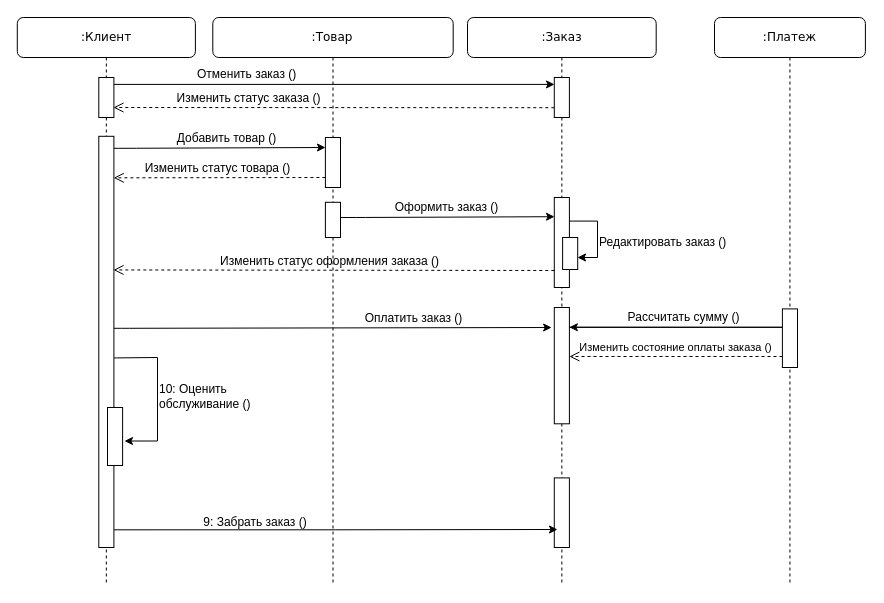
Before: дгрмм последовательности.drawio in Ksenix-CopLLeRe/preparation, a draw.io diagram. Source tidied: cells renumbered, new cells numbered last; positions are measured from the earlier drawing's top-left corner, leaving out a move shared by most shapes. Both pictures are drawn from the tidied source at 100%, with x=0, y=0 at pixel (17, 17).
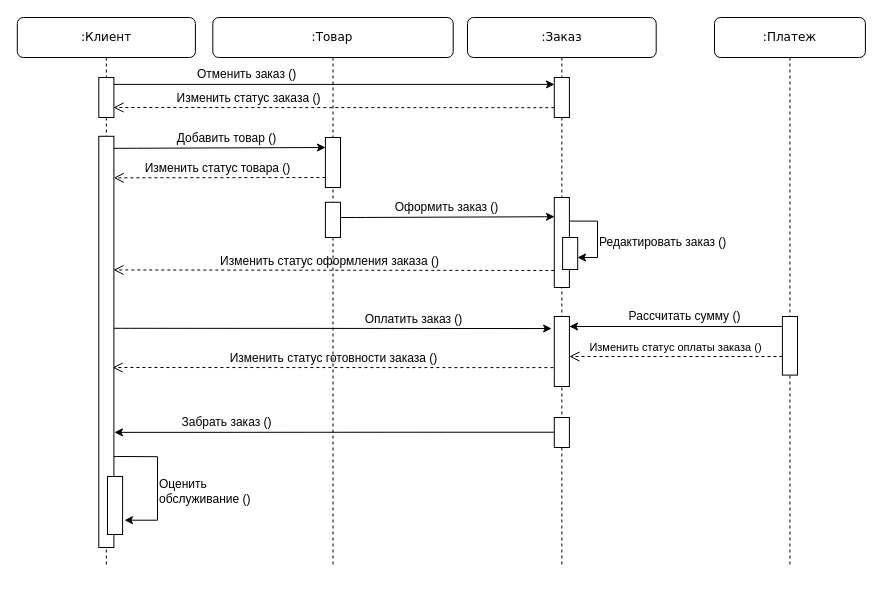
The same page after the edit.

The change refers to these unchanged cells:
```xml
<mxCell id="24" style="html=1;points=[];perimeter=orthogonalPerimeter;rounded=0;shadow=0;comic=0;labelBackgroundColor=none;strokeWidth=1;fontFamily=Verdana;fontSize=12;align=center;" parent="2" vertex="1">
  <mxGeometry x="71.3" y="118.8" width="15.1" height="411.2" as="geometry" />
</mxCell>
```

Change to the diagram source:
```diff
@@
     <mxCell id="2" style="group;" parent="1" vertex="1">
-      <mxGeometry x="10" width="815" height="568" as="geometry" />
+      <mxGeometry x="10" width="837.9" height="568" as="geometry" />
     </mxCell>
     <mxCell id="3" value=":Заказ" style="shape=umlLifeline;perimeter=lifelinePerimeter;whiteSpace=wrap;html=1;rounded=1;shadow=0;comic=0;labelBackgroundColor=none;strokeWidth=1;fontFamily=Verdana;fontSize=12;align=center;" parent="2" vertex="1">
-      <mxGeometry x="440" width="188.7" height="568" as="geometry" />
+      <mxGeometry x="440" width="188.7" height="550" as="geometry" />
     </mxCell>
-    <mxCell id="4" style="html=1;points=[];perimeter=orthogonalPerimeter;rounded=0;shadow=0;comic=0;labelBackgroundColor=none;strokeWidth=1;fontFamily=Verdana;fontSize=12;align=center;" parent="3" vertex="1">
-      <mxGeometry x="86.8" y="290" width="15.1" height="116.3" as="geometry" />
-    </mxCell>
-    <mxCell id="5" style="html=1;perimeter=orthogonalPerimeter;rounded=0;shadow=0;comic=0;labelBackgroundColor=none;strokeWidth=1;fontFamily=Verdana;fontSize=12;align=center;" parent="3" vertex="1">
-      <mxGeometry x="86.8" y="460.4" width="15.1" height="69.6" as="geometry" />
-    </mxCell>
@@
+    <mxCell id="9" value=":Платеж" style="shape=umlLifeline;perimeter=lifelinePerimeter;whiteSpace=wrap;html=1;rounded=1;shadow=0;comic=0;labelBackgroundColor=none;strokeWidth=1;fontFamily=Verdana;fontSize=12;align=center;" parent="2" vertex="1">
+      <mxGeometry x="687" width="150.9" height="550" as="geometry" />
+    </mxCell>
-    <mxCell id="8" value="&lt;font face=&quot;Helvetica&quot;&gt;Рассчитать сумму ()&lt;/font&gt;" style="html=1;verticalAlign=bottom;endArrow=classic;labelBackgroundColor=none;fontFamily=Verdana;fontSize=12;edgeStyle=elbowEdgeStyle;elbow=horizontal;exitX=0.989;exitY=0.17;exitDx=0;exitDy=0;exitPerimeter=0;endFill=1;entryX=0.998;entryY=0.17;entryDx=0;entryDy=0;entryPerimeter=0;" parent="3" edge="1" source="4" target="4">
+    <mxCell id="8" value="&lt;font face=&quot;Helvetica&quot;&gt;Рассчитать сумму ()&lt;/font&gt;" style="html=1;verticalAlign=bottom;endArrow=classic;labelBackgroundColor=none;fontFamily=Verdana;fontSize=12;edgeStyle=elbowEdgeStyle;elbow=horizontal;exitX=0.989;exitY=0.17;exitDx=0;exitDy=0;exitPerimeter=0;endFill=1;entryX=0.998;entryY=0.17;entryDx=0;entryDy=0;entryPerimeter=0;" parent="9" edge="1">
       <mxGeometry x="0.49" y="-1" relative="1" as="geometry">
+        <mxPoint x="-145.1" y="309" as="sourcePoint" />
+        <mxPoint x="-145" y="309" as="targetPoint" />
         <Array as="points">
-          <mxPoint x="327" y="309" />
-          <mxPoint x="201.6" y="309.8" />
+          <mxPoint x="80.2" y="316.1" />
+          <mxPoint x="-45.2" y="316.9" />
         </Array>
       </mxGeometry>
     </mxCell>
-    <mxCell id="9" value=":Платеж" style="shape=umlLifeline;perimeter=lifelinePerimeter;whiteSpace=wrap;html=1;rounded=1;shadow=0;comic=0;labelBackgroundColor=none;strokeWidth=1;fontFamily=Verdana;fontSize=12;align=center;" parent="2" vertex="1">
-      <mxGeometry x="687" width="150.9" height="568" as="geometry" />
-    </mxCell>
-    <mxCell id="10" value="&lt;font style=&quot;font-size: 11px;&quot; face=&quot;Helvetica&quot;&gt;Изменить состояние оплаты заказа ()&lt;/font&gt;" style="html=1;verticalAlign=bottom;endArrow=open;dashed=1;endSize=8;exitX=0.006;exitY=0.794;labelBackgroundColor=none;fontFamily=Verdana;fontSize=12;exitDx=0;exitDy=0;exitPerimeter=0;" parent="9" edge="1">
-      <mxGeometry relative="1" as="geometry">
-        <mxPoint x="68" y="339" as="sourcePoint" />
-        <mxPoint x="-145.1" y="339" as="targetPoint" />
-      </mxGeometry>
-    </mxCell>
     <mxCell id="11" value=":Клиент" style="shape=umlLifeline;perimeter=lifelinePerimeter;whiteSpace=wrap;html=1;rounded=1;shadow=0;comic=0;labelBackgroundColor=none;strokeWidth=1;fontFamily=Verdana;fontSize=12;align=center;" parent="2" vertex="1">
-      <mxGeometry x="-10.2" width="178.1" height="568" as="geometry" />
+      <mxGeometry x="-10.2" width="178.1" height="550" as="geometry" />
     </mxCell>
@@
     <mxCell id="13" value=":Товар" style="shape=umlLifeline;perimeter=lifelinePerimeter;whiteSpace=wrap;html=1;rounded=1;shadow=0;comic=0;labelBackgroundColor=none;strokeWidth=1;fontFamily=Verdana;fontSize=12;align=center;" parent="2" vertex="1">
-      <mxGeometry x="185.3" width="240.4" height="568" as="geometry" />
+      <mxGeometry x="185.3" width="240.4" height="550" as="geometry" />
     </mxCell>
@@
-    <mxCell id="22" style="edgeStyle=orthogonalEdgeStyle;rounded=0;jettySize=auto;html=1;exitX=1.011;exitY=0.957;exitDx=0;exitDy=0;exitPerimeter=0;" parent="2" edge="1" source="24">
-      <mxGeometry relative="1" as="geometry">
-        <mxPoint x="530" y="512" as="targetPoint" />
-      </mxGeometry>
-    </mxCell>
-    <mxCell id="23" style="edgeStyle=orthogonalEdgeStyle;rounded=0;jettySize=auto;html=1;entryX=1.126;entryY=0.578;entryDx=0;entryDy=0;entryPerimeter=0;exitX=1.013;exitY=0.539;exitDx=0;exitDy=0;exitPerimeter=0;" parent="2" edge="1" source="24" target="26">
+    <mxCell id="23" style="edgeStyle=orthogonalEdgeStyle;rounded=0;orthogonalLoop=1;jettySize=auto;html=1;entryX=1.126;entryY=0.578;entryDx=0;entryDy=0;entryPerimeter=0;exitX=0.981;exitY=0.754;exitDx=0;exitDy=0;exitPerimeter=0;" parent="2" edge="1">
       <mxGeometry relative="1" as="geometry">
+        <mxPoint x="86.1" y="439" as="sourcePoint" />
+        <mxPoint x="97" y="502.7" as="targetPoint" />
         <Array as="points">
-          <mxPoint x="89" y="340" />
-          <mxPoint x="130" y="340" />
-          <mxPoint x="130" y="424" />
+          <mxPoint x="89" y="439.2" />
+          <mxPoint x="130" y="439.2" />
+          <mxPoint x="130" y="502.2" />
         </Array>
       </mxGeometry>
     </mxCell>
@@
-    <mxCell id="25" value="9: Забрать заказ ()" style="text;strokeColor=none;align=center;fillColor=none;html=1;verticalAlign=middle;whiteSpace=wrap;rounded=0;" parent="2" vertex="1">
-      <mxGeometry x="167.9" y="490" width="120" height="30" as="geometry" />
-    </mxCell>
     <mxCell id="26" style="html=1;points=[];perimeter=orthogonalPerimeter;rounded=0;shadow=0;comic=0;labelBackgroundColor=none;strokeWidth=1;fontFamily=Verdana;fontSize=12;align=center;" parent="2" vertex="1">
-      <mxGeometry x="80" y="390" width="15.1" height="58" as="geometry" />
+      <mxGeometry x="80" y="459" width="15.1" height="58" as="geometry" />
     </mxCell>
-    <mxCell id="27" value="10: Оценить обслуживание ()" style="text;strokeColor=none;align=left;fillColor=none;html=1;verticalAlign=middle;whiteSpace=wrap;rounded=0;" parent="2" vertex="1">
-      <mxGeometry x="130" y="364" width="120" height="30" as="geometry" />
+    <mxCell id="27" value="Оценить обслуживание ()" style="text;strokeColor=none;align=left;fillColor=none;html=1;verticalAlign=middle;whiteSpace=wrap;rounded=0;" parent="2" vertex="1">
+      <mxGeometry x="130" y="459" width="120" height="30" as="geometry" />
     </mxCell>
@@
     <mxCell id="33" style="html=1;perimeter=orthogonalPerimeter;rounded=0;shadow=0;comic=0;labelBackgroundColor=none;strokeWidth=1;fontFamily=Verdana;fontSize=12;align=center;" parent="2" vertex="1">
-      <mxGeometry x="754.9" y="291.4" width="15.1" height="58.6" as="geometry" />
+      <mxGeometry x="754.9" y="299" width="15.1" height="58.6" as="geometry" />
     </mxCell>
+    <mxCell id="34" value="&lt;font style=&quot;font-size: 12px;&quot; face=&quot;Helvetica&quot;&gt;Изменить статус готовности заказа ()&lt;/font&gt;" style="html=1;verticalAlign=bottom;endArrow=open;dashed=1;endSize=8;exitX=0.006;exitY=0.794;labelBackgroundColor=none;fontFamily=Verdana;fontSize=12;exitDx=0;exitDy=0;exitPerimeter=0;entryX=0.972;entryY=0.584;entryDx=0;entryDy=0;entryPerimeter=0;" parent="2" edge="1">
+      <mxGeometry relative="1" as="geometry">
+        <mxPoint x="525.9" y="350.1" as="sourcePoint" />
+        <mxPoint x="85.1" y="350" as="targetPoint" />
+        <Array as="points">
+          <mxPoint x="446.1" y="350.1" />
+        </Array>
+      </mxGeometry>
+    </mxCell>
+    <mxCell id="35" style="html=1;points=[];perimeter=orthogonalPerimeter;rounded=0;shadow=0;comic=0;labelBackgroundColor=none;strokeWidth=1;fontFamily=Verdana;fontSize=12;align=center;" parent="2" vertex="1">
+      <mxGeometry x="526.8" y="400" width="15.1" height="30" as="geometry" />
+    </mxCell>
+    <mxCell id="4" style="html=1;points=[];perimeter=orthogonalPerimeter;rounded=0;shadow=0;comic=0;labelBackgroundColor=none;strokeWidth=1;fontFamily=Verdana;fontSize=12;align=center;" parent="2" vertex="1">
+      <mxGeometry x="526.8" y="299" width="15.1" height="70" as="geometry" />
+    </mxCell>
+    <mxCell id="10" value="&lt;font style=&quot;font-size: 11px;&quot; face=&quot;Helvetica&quot;&gt;Изменить статус оплаты заказа ()&lt;/font&gt;" style="html=1;verticalAlign=bottom;endArrow=open;dashed=1;endSize=8;exitX=0.006;exitY=0.794;labelBackgroundColor=none;fontFamily=Verdana;fontSize=12;exitDx=0;exitDy=0;exitPerimeter=0;" parent="2" edge="1">
+      <mxGeometry relative="1" as="geometry">
+        <mxPoint x="755" y="339" as="sourcePoint" />
+        <mxPoint x="541.9" y="339" as="targetPoint" />
+      </mxGeometry>
+    </mxCell>
+    <mxCell id="36" value="&lt;font face=&quot;Helvetica&quot;&gt;Забрать заказ ()&lt;/font&gt;" style="html=1;verticalAlign=bottom;endArrow=classic;labelBackgroundColor=none;fontFamily=Verdana;fontSize=12;edgeStyle=elbowEdgeStyle;elbow=horizontal;exitX=-0.031;exitY=0.491;exitDx=0;exitDy=0;exitPerimeter=0;endFill=1;entryX=1.034;entryY=0.72;entryDx=0;entryDy=0;entryPerimeter=0;" parent="2" edge="1" source="35" target="24">
+      <mxGeometry x="0.49" y="-1" relative="1" as="geometry">
+        <Array as="points">
+          <mxPoint x="409.7" y="421.9" />
+        </Array>
+      </mxGeometry>
+    </mxCell>
```
